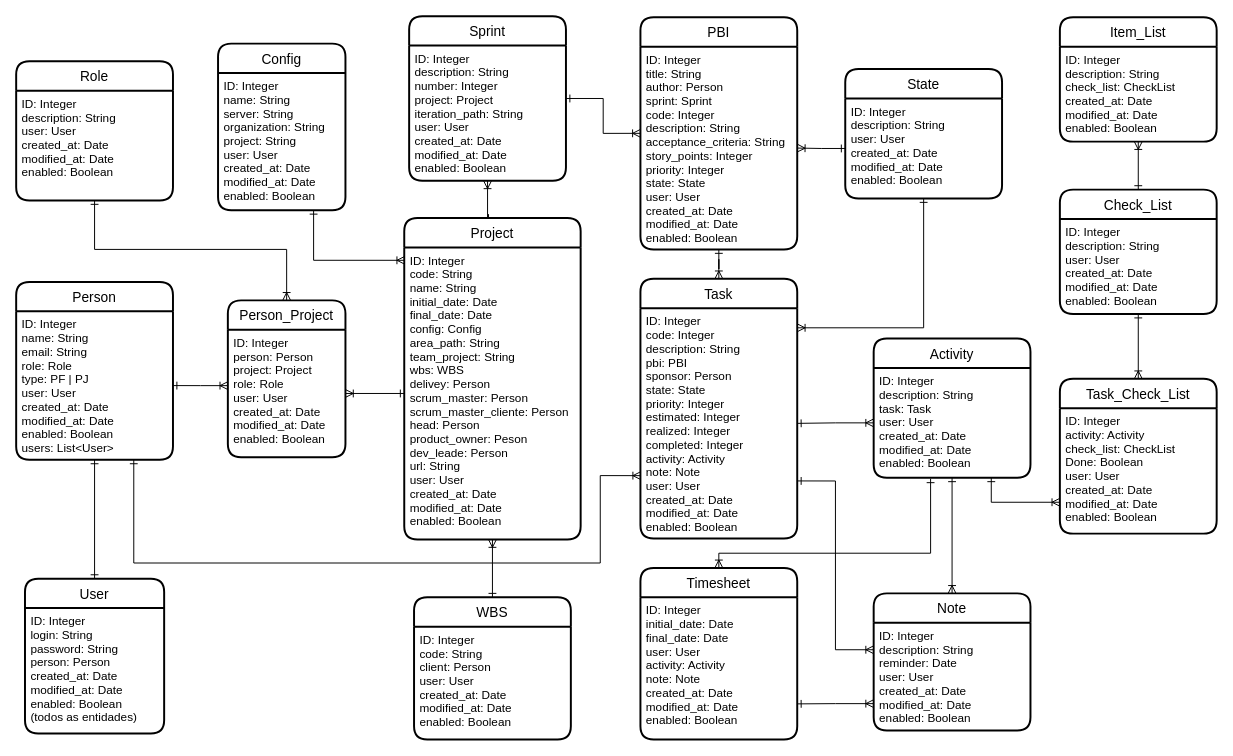
Earlier version of the draw.io diagram modelo_dados.drawio (marcoscrocci/timesheet). Source tidied: cells renumbered, new cells numbered last; positions are measured from the earlier drawing's top-left corner, leaving out a move shared by most shapes. Both pictures are drawn from the tidied source at 98%, with x=0, y=0 at pixel (16, 16).
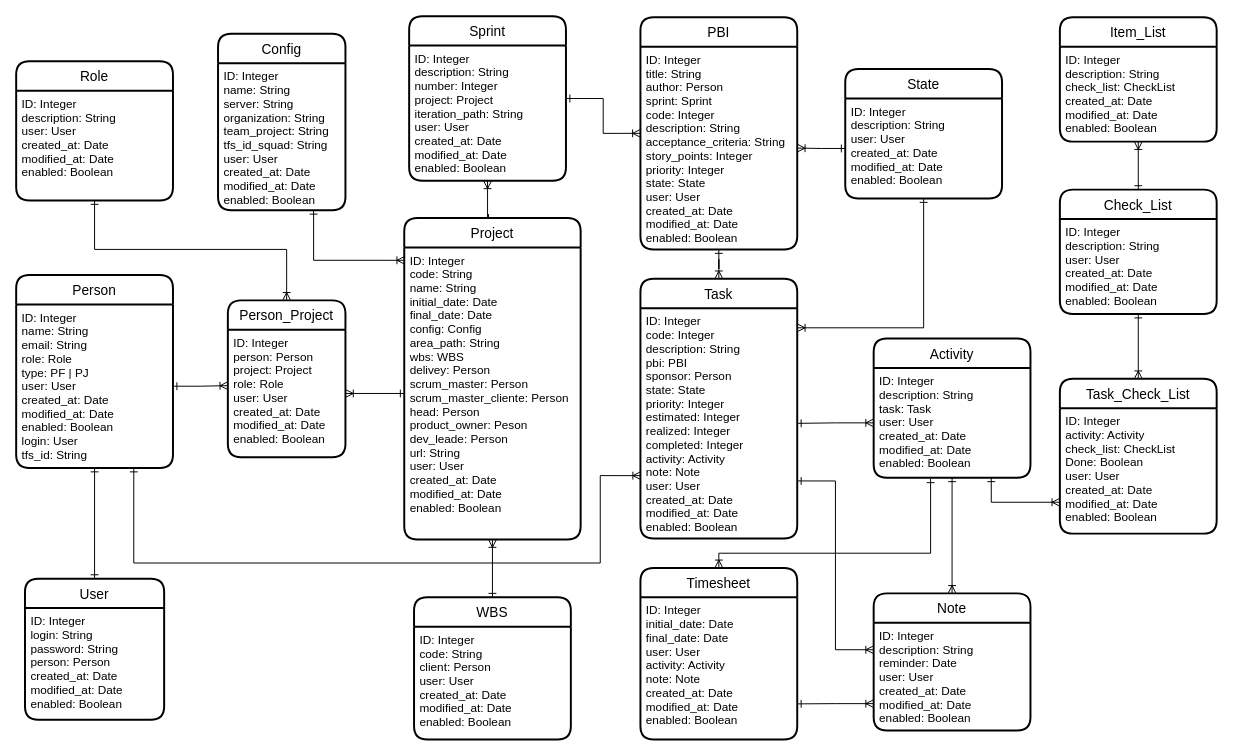
After the change.

Commit message:
feat(Modelo de Dados) Ajustes

The change refers to these unchanged cells:
```xml
<mxCell id="3" value="Project" style="swimlane;horizontal=1;startSize=30;rounded=1;fontSize=14;fontStyle=0;strokeWidth=2;shadow=0;dashed=0;align=center;" parent="1" vertex="1">
  <mxGeometry x="396" y="206" width="180" height="328" as="geometry" />
</mxCell>
```

The edit, as a diff of the source:
```diff
@@
-    <mxCell id="4" value="ID: Integer&#10;code: String&#10;name: String&#10;initial_date: Date&#10;final_date: Date&#10;config: Config&#10;area_path: String&#10;team_project: String&#10;wbs: WBS&#10;delivey: Person&#10;scrum_master: Person&#10;scrum_master_cliente: Person&#10;head: Person&#10;product_owner: Peson&#10;dev_leade: Person&#10;url: String&#10;user: User&#10;created_at: Date&#10;modified_at: Date&#10;enabled: Boolean" style="align=left;strokeColor=none;fillColor=none;spacingLeft=4;fontSize=12;verticalAlign=top;" parent="3" vertex="1">
+    <mxCell id="4" value="ID: Integer&#10;code: String&#10;name: String&#10;initial_date: Date&#10;final_date: Date&#10;config: Config&#10;area_path: String&#10;wbs: WBS&#10;delivey: Person&#10;scrum_master: Person&#10;scrum_master_cliente: Person&#10;head: Person&#10;product_owner: Peson&#10;dev_leade: Person&#10;url: String&#10;user: User&#10;created_at: Date&#10;modified_at: Date&#10;enabled: Boolean" style="align=left;strokeColor=none;fillColor=none;spacingLeft=4;fontSize=12;verticalAlign=top;" parent="3" vertex="1">
       <mxGeometry y="30" width="180" height="298" as="geometry" />
     </mxCell>
     <mxCell id="5" value="Person" style="swimlane;horizontal=1;startSize=30;rounded=1;fontSize=14;fontStyle=0;strokeWidth=2;shadow=0;dashed=0;align=center;" parent="1" vertex="1">
-      <mxGeometry y="271.2" width="160" height="181.5" as="geometry" />
+      <mxGeometry y="264.2" width="160" height="196.8" as="geometry" />
     </mxCell>
-    <mxCell id="6" value="ID: Integer&#10;name: String&#10;email: String&#10;role: Role&#10;type: PF | PJ&#10;user: User&#10;created_at: Date&#10;modified_at: Date&#10;enabled: Boolean&#10;users: List&lt;User&gt;" style="align=left;strokeColor=none;fillColor=none;spacingLeft=4;fontSize=12;verticalAlign=top;" parent="5" vertex="1">
-      <mxGeometry y="30" width="160" height="151.5" as="geometry" />
+    <mxCell id="6" value="ID: Integer&#10;name: String&#10;email: String&#10;role: Role&#10;type: PF | PJ&#10;user: User&#10;created_at: Date&#10;modified_at: Date&#10;enabled: Boolean&#10;login: User&#10;tfs_id: String" style="align=left;strokeColor=none;fillColor=none;spacingLeft=4;fontSize=12;verticalAlign=top;" parent="5" vertex="1">
+      <mxGeometry y="30" width="160" height="166.8" as="geometry" />
     </mxCell>
@@
     <mxCell id="36" value="User" style="swimlane;horizontal=1;startSize=30;rounded=1;fontSize=14;fontStyle=0;strokeWidth=2;shadow=0;dashed=0;align=center;" parent="1" vertex="1">
-      <mxGeometry x="9" y="574" width="142" height="158" as="geometry" />
+      <mxGeometry x="9" y="574" width="142" height="144" as="geometry" />
     </mxCell>
-    <mxCell id="37" value="ID: Integer&#10;login: String&#10;password: String&#10;person: Person&#10;created_at: Date&#10;modified_at: Date&#10;enabled: Boolean&#10;(todos as entidades)" style="align=left;strokeColor=none;fillColor=none;spacingLeft=4;fontSize=12;verticalAlign=top;" parent="36" vertex="1">
-      <mxGeometry y="30" width="142" height="128" as="geometry" />
+    <mxCell id="37" value="ID: Integer&#10;login: String&#10;password: String&#10;person: Person&#10;created_at: Date&#10;modified_at: Date&#10;enabled: Boolean" style="align=left;strokeColor=none;fillColor=none;spacingLeft=4;fontSize=12;verticalAlign=top;" parent="36" vertex="1">
+      <mxGeometry y="30" width="142" height="114" as="geometry" />
     </mxCell>
@@
     <mxCell id="53" value="Config" style="swimlane;horizontal=1;startSize=30;rounded=1;fontSize=14;fontStyle=0;strokeWidth=2;shadow=0;dashed=0;align=center;" parent="1" vertex="1">
-      <mxGeometry x="206" y="28" width="130" height="170" as="geometry" />
+      <mxGeometry x="206" y="18" width="130" height="180" as="geometry" />
     </mxCell>
-    <mxCell id="54" value="ID: Integer&#10;name: String&#10;server: String&#10;organization: String&#10;project: String&#10;user: User&#10;created_at: Date&#10;modified_at: Date&#10;enabled: Boolean" style="align=left;strokeColor=none;fillColor=none;spacingLeft=4;fontSize=12;verticalAlign=top;" parent="53" vertex="1">
-      <mxGeometry y="30" width="130" height="140" as="geometry" />
+    <mxCell id="54" value="ID: Integer&#10;name: String&#10;server: String&#10;organization: String&#10;team_project: String&#10;tfs_id_squad: String&#10;user: User&#10;created_at: Date&#10;modified_at: Date&#10;enabled: Boolean" style="align=left;strokeColor=none;fillColor=none;spacingLeft=4;fontSize=12;verticalAlign=top;" parent="53" vertex="1">
+      <mxGeometry y="30" width="130" height="150" as="geometry" />
     </mxCell>
```
